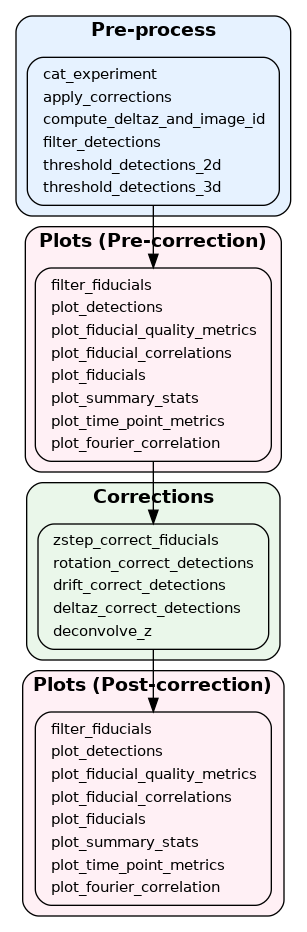
Before: docs/source/images/flowchart.png, a diagram exported from Graphviz (3DGenomes/zedtool). Its source is kept beside it as docs/source/images/flowchart.dot.
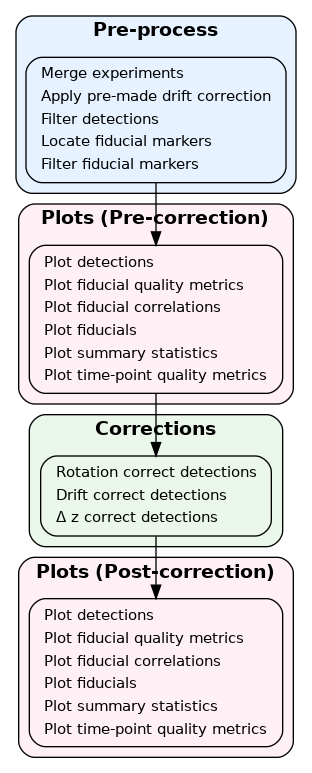
Later version of the same file.

Commit message:
Update flowchart and documentation; fix CLI entry point; v 0.27; remove vestiges of z-step correction

Change to the diagram source:
```diff
@@ -13,12 +13,11 @@
 
         preprocess [label=<
             <TABLE BORDER="0" CELLBORDER="0" CELLSPACING="1">
-                <TR><TD ALIGN="LEFT">cat_experiment</TD></TR>
-                <TR><TD ALIGN="LEFT">apply_corrections</TD></TR>
-                <TR><TD ALIGN="LEFT">compute_deltaz_and_image_id</TD></TR>
-                <TR><TD ALIGN="LEFT">filter_detections</TD></TR>
-                <TR><TD ALIGN="LEFT">threshold_detections_2d</TD></TR>
-                <TR><TD ALIGN="LEFT">threshold_detections_3d</TD></TR>
+                <TR><TD ALIGN="LEFT">Merge experiments</TD></TR>
+                <TR><TD ALIGN="LEFT">Apply pre-made drift correction</TD></TR>
+                <TR><TD ALIGN="LEFT">Filter detections</TD></TR>
+                <TR><TD ALIGN="LEFT">Locate fiducial markers</TD></TR>
+                <TR><TD ALIGN="LEFT">Filter fiducial markers</TD></TR>
             </TABLE>
         >, shape=box, style=rounded];
     }
@@ -33,14 +32,12 @@
 
         plots_pre [label=<
             <TABLE BORDER="0" CELLBORDER="0" CELLSPACING="1">
-                <TR><TD ALIGN="LEFT">filter_fiducials</TD></TR>
-                <TR><TD ALIGN="LEFT">plot_detections</TD></TR>
-                <TR><TD ALIGN="LEFT">plot_fiducial_quality_metrics</TD></TR>
-                <TR><TD ALIGN="LEFT">plot_fiducial_correlations</TD></TR>
-                <TR><TD ALIGN="LEFT">plot_fiducials</TD></TR>
-                <TR><TD ALIGN="LEFT">plot_summary_stats</TD></TR>
-                <TR><TD ALIGN="LEFT">plot_time_point_metrics</TD></TR>
-                <TR><TD ALIGN="LEFT">plot_fourier_correlation</TD></TR>
+                <TR><TD ALIGN="LEFT">Plot detections</TD></TR>
+                <TR><TD ALIGN="LEFT">Plot fiducial quality metrics</TD></TR>
+                <TR><TD ALIGN="LEFT">Plot fiducial correlations</TD></TR>
+                <TR><TD ALIGN="LEFT">Plot fiducials</TD></TR>
+                <TR><TD ALIGN="LEFT">Plot summary statistics</TD></TR>
+                <TR><TD ALIGN="LEFT">Plot time-point quality metrics</TD></TR>
             </TABLE>
         >];
     }
@@ -55,11 +52,9 @@
 
         corrections [label=<
             <TABLE BORDER="0" CELLBORDER="0" CELLSPACING="1">
-                <TR><TD ALIGN="LEFT">zstep_correct_fiducials</TD></TR>
-                <TR><TD ALIGN="LEFT">rotation_correct_detections</TD></TR>
-                <TR><TD ALIGN="LEFT">drift_correct_detections</TD></TR>
-                <TR><TD ALIGN="LEFT">deltaz_correct_detections</TD></TR>
-                <TR><TD ALIGN="LEFT">deconvolve_z</TD></TR>
+                <TR><TD ALIGN="LEFT">Rotation correct detections</TD></TR>
+                <TR><TD ALIGN="LEFT">Drift correct detections</TD></TR>
+                <TR><TD ALIGN="LEFT">&Delta; z correct detections</TD></TR>
             </TABLE>
         >];
     }
@@ -74,14 +69,12 @@
 
         plots_post [label=<
             <TABLE BORDER="0" CELLBORDER="0" CELLSPACING="1">
-                <TR><TD ALIGN="LEFT">filter_fiducials</TD></TR>
-                <TR><TD ALIGN="LEFT">plot_detections</TD></TR>
-                <TR><TD ALIGN="LEFT">plot_fiducial_quality_metrics</TD></TR>
-                <TR><TD ALIGN="LEFT">plot_fiducial_correlations</TD></TR>
-                <TR><TD ALIGN="LEFT">plot_fiducials</TD></TR>
-                <TR><TD ALIGN="LEFT">plot_summary_stats</TD></TR>
-                <TR><TD ALIGN="LEFT">plot_time_point_metrics</TD></TR>
-                <TR><TD ALIGN="LEFT">plot_fourier_correlation</TD></TR>
+                <TR><TD ALIGN="LEFT">Plot detections</TD></TR>
+                <TR><TD ALIGN="LEFT">Plot fiducial quality metrics</TD></TR>
+                <TR><TD ALIGN="LEFT">Plot fiducial correlations</TD></TR>
+                <TR><TD ALIGN="LEFT">Plot fiducials</TD></TR>
+                <TR><TD ALIGN="LEFT">Plot summary statistics</TD></TR>
+                <TR><TD ALIGN="LEFT">Plot time-point quality metrics</TD></TR>
             </TABLE>
         >];
     }
```
